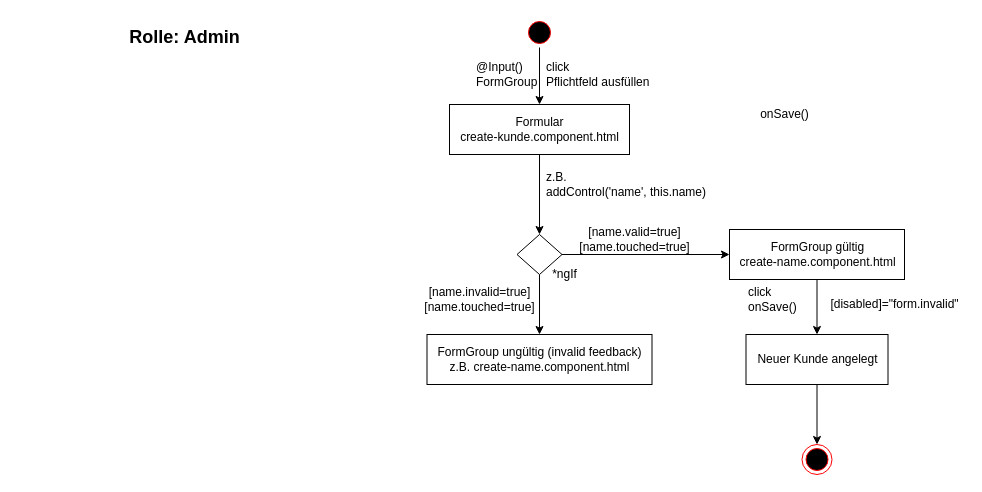
This is docs/zustandsdiagramme/zustandsdiagramm-create.drawio from flogoe/ss21_swe_grp5_abgabe2, a draw.io file, before an edit. Source tidied: cells renumbered, new cells numbered last; positions are measured from the earlier drawing's top-left corner, leaving out a move shared by most shapes. Both pictures are drawn from the tidied source at 100%, with x=0, y=0 at pixel (119, 17).
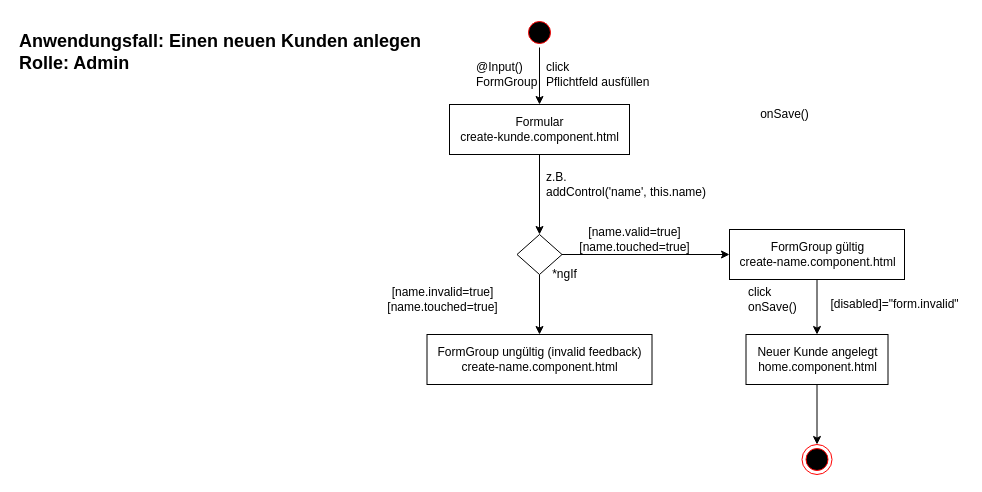
The same page after the edit.

Diff of the diagram source:
```diff
@@
-    <mxCell id="2" value="&lt;font style=&quot;font-size: 18px&quot;&gt;&lt;b&gt;Rolle: Admin&lt;/b&gt;&lt;/font&gt;" style="text;html=1;align=center;verticalAlign=middle;strokeColor=none;" parent="1" vertex="1">
-      <mxGeometry y="10" width="130" height="20" as="geometry" />
-    </mxCell>
@@
-    <mxCell id="14" value="FormGroup ungültig (invalid feedback)&lt;br&gt;z.B. create-name.component.html" style="html=1;" parent="1" vertex="1">
+    <mxCell id="14" value="FormGroup ungültig (invalid feedback)&lt;br&gt;create-name.component.html" style="html=1;" parent="1" vertex="1">
       <mxGeometry x="307.5" y="317" width="225" height="50" as="geometry" />
     </mxCell>
     <mxCell id="15" value="[name.invalid=true]&lt;br&gt;[name.touched=true]" style="text;html=1;align=center;verticalAlign=middle;strokeColor=none;" parent="1" vertex="1">
-      <mxGeometry x="295" y="267" width="130" height="30" as="geometry" />
+      <mxGeometry x="257.5" y="267" width="130" height="30" as="geometry" />
     </mxCell>
@@
-    <mxCell id="21" value="Neuer Kunde angelegt" style="html=1;" parent="1" vertex="1">
+    <mxCell id="21" value="Neuer Kunde angelegt&lt;br&gt;home.component.html" style="html=1;" parent="1" vertex="1">
       <mxGeometry x="626.5" y="317" width="142" height="50" as="geometry" />
     </mxCell>
@@
+    <mxCell id="25" value="&lt;div&gt;&lt;b style=&quot;font-size: 18px&quot;&gt;Anwendungsfall: Einen neuen Kunden anlegen&lt;/b&gt;&lt;/div&gt;&lt;font style=&quot;font-size: 18px&quot;&gt;&lt;b&gt;Rolle: Admin&lt;/b&gt;&lt;/font&gt;" style="text;html=1;align=left;verticalAlign=middle;strokeColor=none;" parent="1" vertex="1">
+      <mxGeometry x="-102.5" y="15" width="420" height="40" as="geometry" />
+    </mxCell>
```
